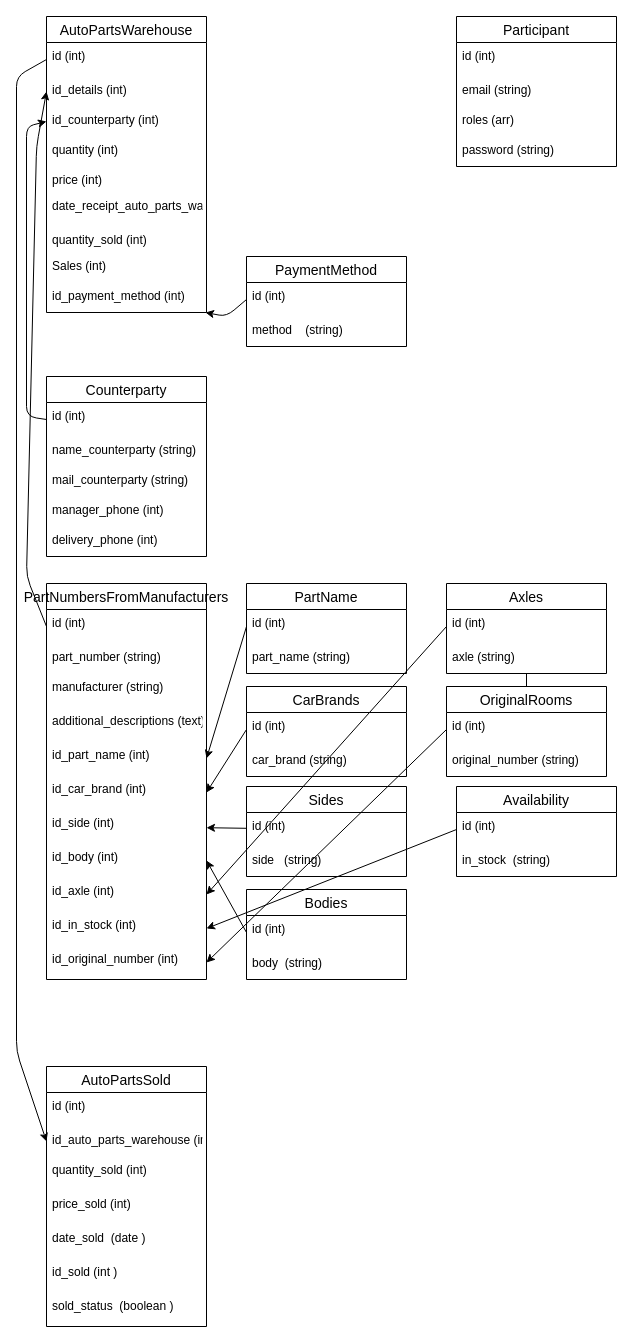
Above: db.drawio in Ruslan-qu/autoParts (draw.io), before the change. Source tidied: cells renumbered, new cells numbered last; positions are measured from the earlier drawing's top-left corner, leaving out a move shared by most shapes. Both pictures are drawn from the tidied source at 100%, with x=0, y=0 at pixel (16, 16).
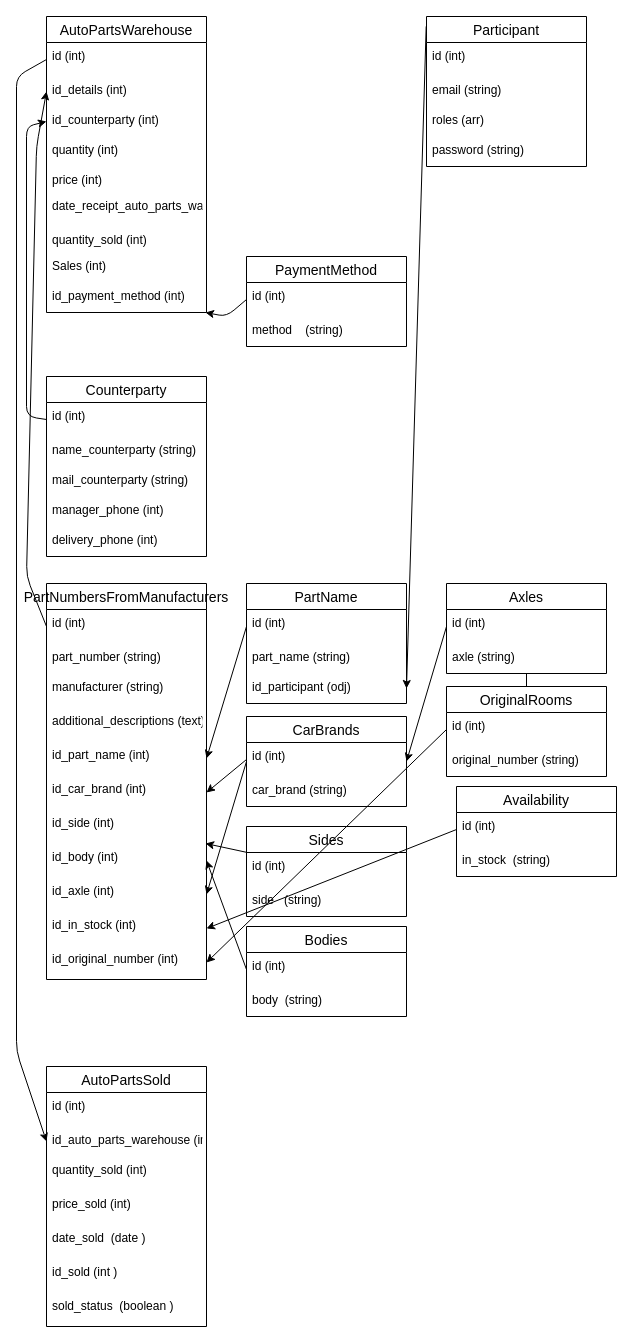
Above is the later version.

Unchanged cells that the change refers to:
```xml
<mxCell id="49" value="id_axle (int)" style="text;spacingLeft=4;spacingRight=4;overflow=hidden;points=[[0,0.5],[1,0.5]];portConstraint=eastwest;fontSize=12;" parent="40" vertex="1">
  <mxGeometry y="294" width="160" height="34" as="geometry" />
</mxCell>
<mxCell id="57" value="id (int)" style="text;strokeColor=none;fillColor=none;spacingLeft=4;spacingRight=4;overflow=hidden;points=[[0,0.5],[1,0.5]];portConstraint=eastwest;fontSize=12;" parent="56" vertex="1">
  <mxGeometry y="26" width="160" height="34" as="geometry" />
</mxCell>
```

Diff of the diagram source:
```diff
@@
     <mxCell id="27" value="PartName" style="swimlane;fontStyle=0;horizontal=1;startSize=26;align=center;fontSize=14;" parent="1" vertex="1">
-      <mxGeometry x="230" y="567" width="160" height="90" as="geometry" />
+      <mxGeometry x="230" y="567" width="160" height="120" as="geometry" />
     </mxCell>
@@
-    <mxCell id="30" value="CarBrands" style="swimlane;fontStyle=0;horizontal=1;startSize=26;align=center;fontSize=14;" parent="1" vertex="1">
-      <mxGeometry x="230" y="670" width="160" height="90" as="geometry" />
-    </mxCell>
-    <mxCell id="31" value="id (int)" style="text;strokeColor=none;fillColor=none;spacingLeft=4;spacingRight=4;overflow=hidden;points=[[0,0.5],[1,0.5]];portConstraint=eastwest;fontSize=12;" parent="30" vertex="1">
-      <mxGeometry y="26" width="160" height="34" as="geometry" />
-    </mxCell>
-    <mxCell id="32" value="car_brand (string)" style="text;strokeColor=none;fillColor=none;spacingLeft=4;spacingRight=4;overflow=hidden;fontSize=12;" parent="30" vertex="1">
-      <mxGeometry y="60" width="160" height="30" as="geometry" />
-    </mxCell>
+    <mxCell id="79" value="id_participant (odj)" style="text;strokeColor=none;fillColor=none;spacingLeft=4;spacingRight=4;overflow=hidden;points=[[0,0.5],[1,0.5]];portConstraint=eastwest;fontSize=12;" parent="27" vertex="1">
+      <mxGeometry y="90" width="160" height="30" as="geometry" />
+    </mxCell>
     <mxCell id="33" value="Sides" style="swimlane;fontStyle=0;horizontal=1;startSize=26;align=center;fontSize=14;" parent="1" vertex="1">
-      <mxGeometry x="230" y="770" width="160" height="90" as="geometry" />
+      <mxGeometry x="230" y="810" width="160" height="90" as="geometry" />
     </mxCell>
@@
     <mxCell id="63" value="Bodies" style="swimlane;fontStyle=0;horizontal=1;startSize=26;align=center;fontSize=14;" parent="1" vertex="1">
-      <mxGeometry x="230" y="873" width="160" height="90" as="geometry" />
+      <mxGeometry x="230" y="910" width="160" height="90" as="geometry" />
     </mxCell>
@@
-    <mxCell id="68" style="edgeStyle=none;html=1;exitX=0;exitY=0.5;exitDx=0;exitDy=0;entryX=1;entryY=0.5;entryDx=0;entryDy=0;" parent="1" edge="1" source="57" target="49">
+    <mxCell id="68" style="edgeStyle=none;html=1;exitX=0;exitY=0.5;exitDx=0;exitDy=0;entryX=1;entryY=0.5;entryDx=0;entryDy=0;" parent="1" edge="1" source="30" target="49">
       <mxGeometry relative="1" as="geometry" />
     </mxCell>
@@
+    <mxCell id="80" style="edgeStyle=none;html=1;entryX=1;entryY=0.5;entryDx=0;entryDy=0;exitX=-0.002;exitY=0.066;exitDx=0;exitDy=0;exitPerimeter=0;" parent="1" edge="1" source="74" target="79">
+      <mxGeometry relative="1" as="geometry" />
+    </mxCell>
     <mxCell id="74" value="Participant" style="swimlane;fontStyle=0;horizontal=1;startSize=26;align=center;fontSize=14;" parent="1" vertex="1">
-      <mxGeometry x="440" width="160" height="150" as="geometry" />
+      <mxGeometry x="410" width="160" height="150" as="geometry" />
     </mxCell>
@@
+    <mxCell id="81" style="edgeStyle=none;html=1;exitX=0;exitY=0.5;exitDx=0;exitDy=0;entryX=1;entryY=0.5;entryDx=0;entryDy=0;" parent="1" edge="1" source="57" target="30">
+      <mxGeometry relative="1" as="geometry" />
+    </mxCell>
+    <mxCell id="30" value="CarBrands" style="swimlane;fontStyle=0;horizontal=1;startSize=26;align=center;fontSize=14;" parent="1" vertex="1">
+      <mxGeometry x="230" y="700" width="160" height="90" as="geometry" />
+    </mxCell>
+    <mxCell id="31" value="id (int)" style="text;strokeColor=none;fillColor=none;spacingLeft=4;spacingRight=4;overflow=hidden;points=[[0,0.5],[1,0.5]];portConstraint=eastwest;fontSize=12;" parent="30" vertex="1">
+      <mxGeometry y="26" width="160" height="34" as="geometry" />
+    </mxCell>
+    <mxCell id="32" value="car_brand (string)" style="text;strokeColor=none;fillColor=none;spacingLeft=4;spacingRight=4;overflow=hidden;fontSize=12;" parent="30" vertex="1">
+      <mxGeometry y="60" width="160" height="30" as="geometry" />
+    </mxCell>
```
